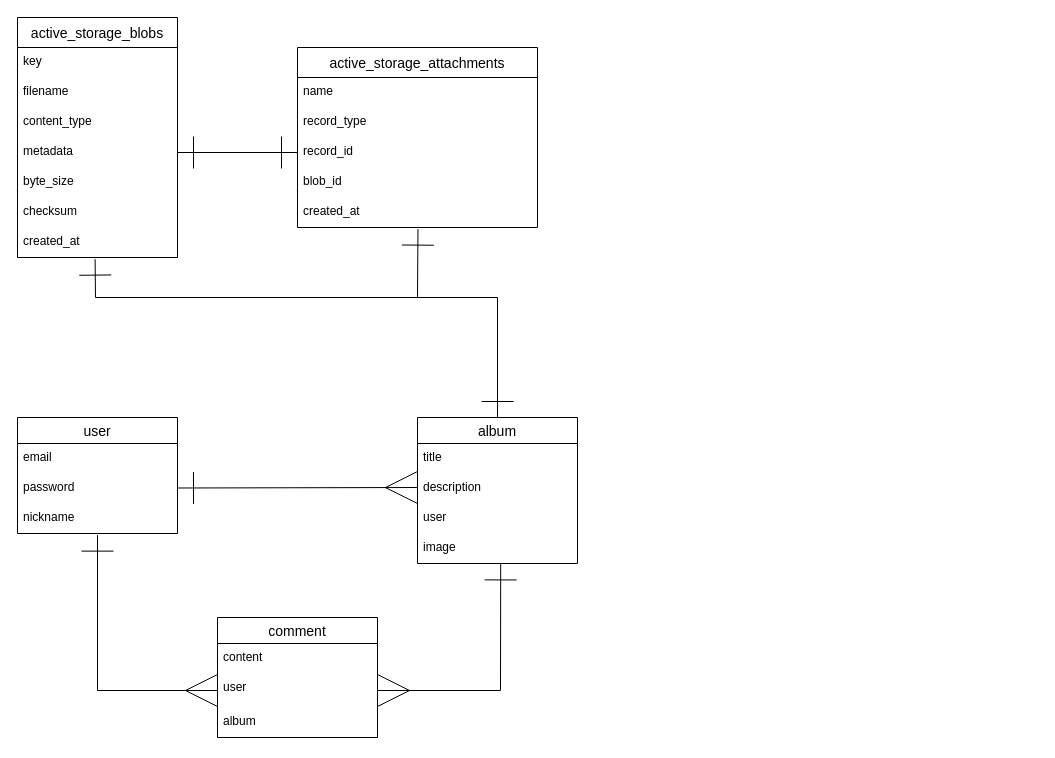
Above: shared-pic.dio in Untilqis/shared-pic (draw.io), before the change. Source tidied: cells renumbered, new cells numbered last; positions are measured from the earlier drawing's top-left corner, leaving out a move shared by most shapes. Both pictures are drawn from the tidied source at 100%, with x=0, y=0 at pixel (17, 17).
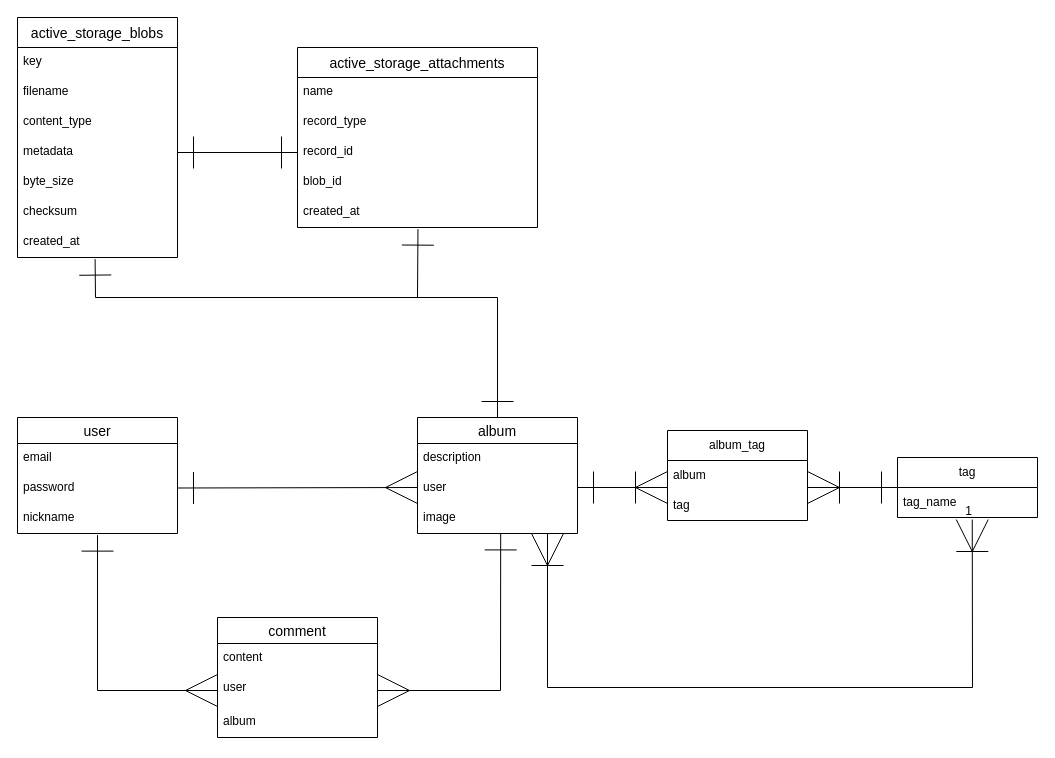
The same page after the edit.

What changed in the source:
```diff
@@
     <mxCell id="6" value="album" style="swimlane;fontStyle=0;horizontal=1;startSize=26;align=center;fontSize=14;" parent="1" vertex="1">
-      <mxGeometry x="400" y="400" width="160" height="146" as="geometry" />
+      <mxGeometry x="400" y="400" width="160" height="116" as="geometry" />
     </mxCell>
-    <mxCell id="7" value="title" style="text;strokeColor=none;fillColor=none;spacingLeft=4;spacingRight=4;overflow=hidden;fontSize=12;" parent="6" vertex="1">
-      <mxGeometry y="26" width="160" height="30" as="geometry" />
-    </mxCell>
     <mxCell id="8" value="description" style="text;strokeColor=none;fillColor=none;spacingLeft=4;spacingRight=4;overflow=hidden;fontSize=12;" parent="6" vertex="1">
-      <mxGeometry y="56" width="160" height="30" as="geometry" />
+      <mxGeometry y="26" width="160" height="30" as="geometry" />
     </mxCell>
     <mxCell id="9" value="user" style="text;strokeColor=none;fillColor=none;spacingLeft=4;spacingRight=4;overflow=hidden;fontSize=12;" parent="6" vertex="1">
-      <mxGeometry y="86" width="160" height="30" as="geometry" />
+      <mxGeometry y="56" width="160" height="30" as="geometry" />
     </mxCell>
     <mxCell id="10" value="image" style="text;strokeColor=none;fillColor=none;spacingLeft=4;spacingRight=4;overflow=hidden;points=[[0,0.5],[1,0.5]];portConstraint=eastwest;fontSize=12;" parent="6" vertex="1">
-      <mxGeometry y="116" width="160" height="30" as="geometry" />
+      <mxGeometry y="86" width="160" height="30" as="geometry" />
     </mxCell>
@@
+    <mxCell id="35" value="album_tag" style="swimlane;fontStyle=0;horizontal=1;startSize=30;whiteSpace=wrap;html=1;" parent="1" vertex="1">
+      <mxGeometry x="650" y="413" width="140" height="90" as="geometry" />
+    </mxCell>
+    <mxCell id="36" value="album" style="text;strokeColor=none;fillColor=none;align=left;verticalAlign=middle;spacingLeft=4;spacingRight=4;overflow=hidden;whiteSpace=wrap;html=1;" parent="35" vertex="1">
+      <mxGeometry y="30" width="140" height="30" as="geometry" />
+    </mxCell>
+    <mxCell id="37" value="tag" style="text;strokeColor=none;fillColor=none;align=left;verticalAlign=middle;spacingLeft=4;spacingRight=4;overflow=hidden;whiteSpace=wrap;html=1;" parent="35" vertex="1">
+      <mxGeometry y="60" width="140" height="30" as="geometry" />
+    </mxCell>
+    <mxCell id="38" value="tag" style="swimlane;fontStyle=0;horizontal=1;startSize=30;whiteSpace=wrap;html=1;" parent="1" vertex="1">
+      <mxGeometry x="880" y="440" width="140" height="60" as="geometry" />
+    </mxCell>
+    <mxCell id="39" value="tag_name" style="text;strokeColor=none;fillColor=none;align=left;verticalAlign=middle;spacingLeft=4;spacingRight=4;overflow=hidden;points=[[0,0.5],[1,0.5]];portConstraint=eastwest;whiteSpace=wrap;html=1;" parent="38" vertex="1">
+      <mxGeometry y="30" width="140" height="30" as="geometry" />
+    </mxCell>
+    <mxCell id="40" style="endArrow=ERoneToMany;html=1;rounded=0;endFill=0;startArrow=ERone;startFill=0;endSize=30;startSize=30;" parent="1" edge="1">
+      <mxGeometry relative="1" as="geometry">
+        <mxPoint x="560" y="470" as="sourcePoint" />
+        <mxPoint x="650" y="470" as="targetPoint" />
+      </mxGeometry>
+    </mxCell>
+    <mxCell id="41" style="endArrow=ERone;html=1;rounded=0;endSize=30;startSize=30;startArrow=ERoneToMany;startFill=0;endFill=0;" parent="1" edge="1">
+      <mxGeometry relative="1" as="geometry">
+        <mxPoint x="790" y="470" as="sourcePoint" />
+        <mxPoint x="880" y="470" as="targetPoint" />
+      </mxGeometry>
+    </mxCell>
+    <mxCell id="42" style="endArrow=ERoneToMany;html=1;rounded=0;entryX=0.534;entryY=1.067;entryDx=0;entryDy=0;entryPerimeter=0;startArrow=ERoneToMany;startFill=0;endFill=0;endSize=30;startSize=30;" parent="1" edge="1" target="39">
+      <mxGeometry relative="1" as="geometry">
+        <mxPoint x="530" y="516" as="sourcePoint" />
+        <Array as="points">
+          <mxPoint x="530" y="670" />
+          <mxPoint x="955" y="670" />
+        </Array>
+      </mxGeometry>
+    </mxCell>
+    <mxCell id="43" value="1" style="html=1;align=right;verticalAlign=bottom;" parent="42" vertex="1">
+      <mxGeometry x="1" relative="1" as="geometry" />
+    </mxCell>
```
